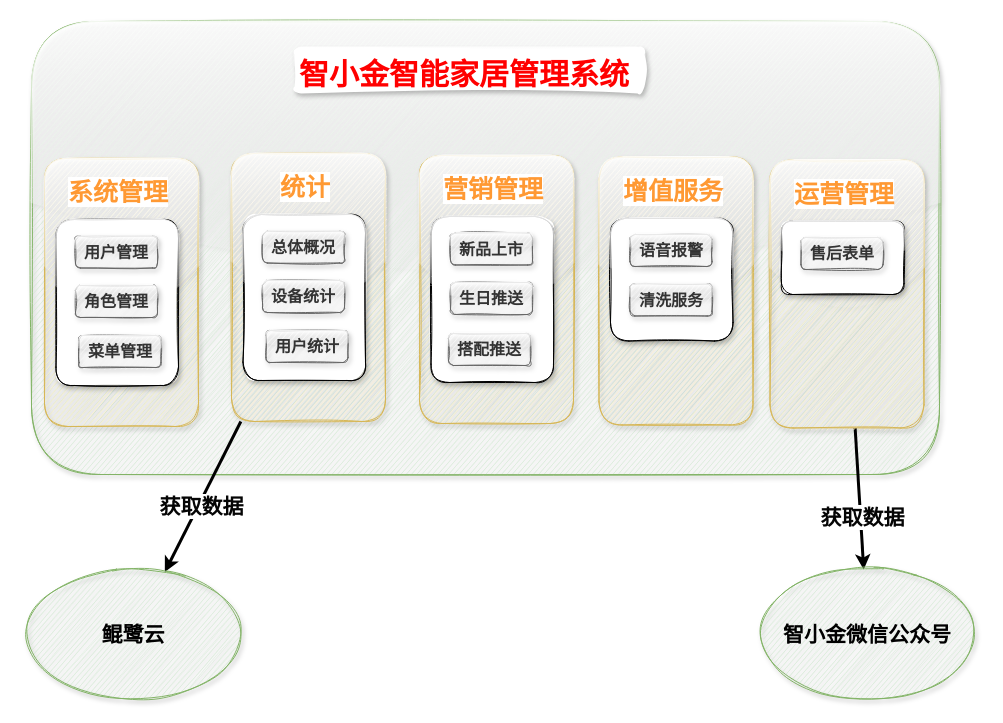
Earlier version of the draw.io diagram zxj-saas.drawio (jimmy0/chart). Source tidied: cells renumbered, new cells numbered last; positions are measured from the earlier drawing's top-left corner, leaving out a move shared by most shapes. Both pictures are drawn from the tidied source at 100%, with x=0, y=0 at pixel (21, 21).
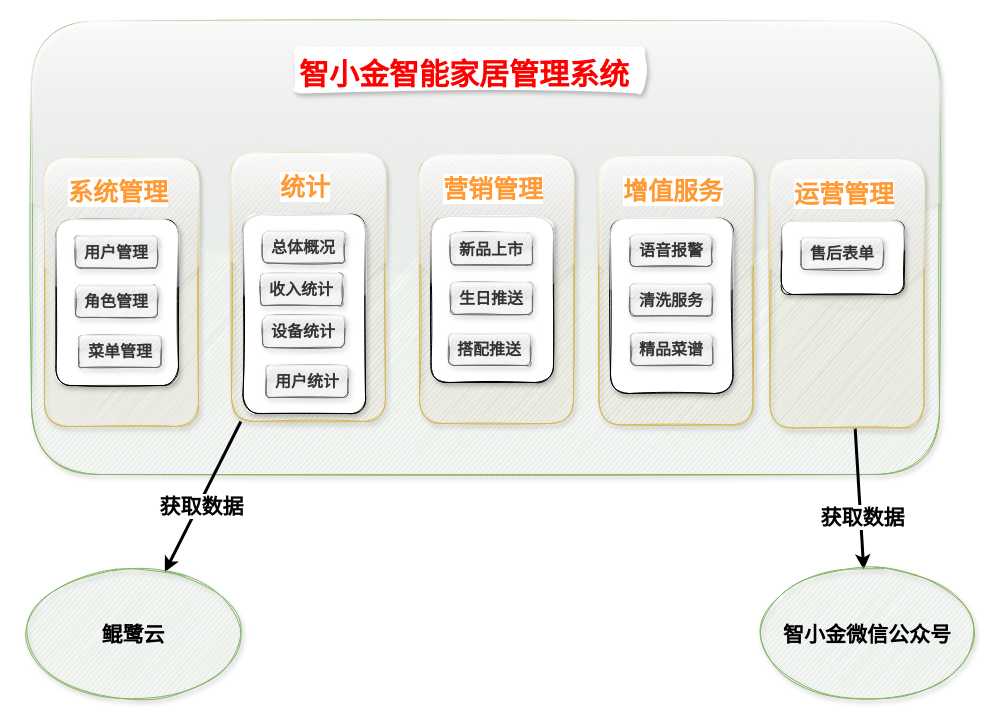
The same diagram, later.

The edit, as a diff of the source:
```diff
@@
     <mxCell id="11" style="rounded=1;whiteSpace=wrap;html=1;fontSize=20;sketch=1;shadow=1;glass=1;" parent="1" vertex="1">
-      <mxGeometry x="221.5" y="193" width="122.5" height="166" as="geometry" />
+      <mxGeometry x="221.5" y="193" width="122.5" height="199" as="geometry" />
     </mxCell>
@@
     <mxCell id="14" value="设备统计" style="rounded=1;whiteSpace=wrap;html=1;fontSize=16;fontStyle=1;fillColor=#f5f5f5;strokeColor=#666666;fontColor=#333333;glass=1;shadow=1;sketch=1;" parent="1" vertex="1">
-      <mxGeometry x="241" y="259" width="82" height="32" as="geometry" />
+      <mxGeometry x="241" y="294" width="82" height="32" as="geometry" />
     </mxCell>
     <mxCell id="15" value="用户统计" style="rounded=1;whiteSpace=wrap;html=1;fontSize=16;fontStyle=1;fillColor=#f5f5f5;strokeColor=#666666;fontColor=#333333;glass=1;shadow=1;sketch=1;" parent="1" vertex="1">
-      <mxGeometry x="244.5" y="309" width="82" height="32" as="geometry" />
+      <mxGeometry x="244.5" y="344" width="82" height="32" as="geometry" />
     </mxCell>
@@
     <mxCell id="25" style="rounded=1;whiteSpace=wrap;html=1;fontSize=20;sketch=1;shadow=1;glass=1;" parent="1" vertex="1">
-      <mxGeometry x="589" y="196.5" width="122.5" height="123" as="geometry" />
+      <mxGeometry x="589" y="196.5" width="122.5" height="175.5" as="geometry" />
     </mxCell>
@@
+    <mxCell id="37" value="收入统计" style="rounded=1;whiteSpace=wrap;html=1;fontSize=16;fontStyle=1;fillColor=#f5f5f5;strokeColor=#666666;fontColor=#333333;glass=1;shadow=1;sketch=1;" parent="1" vertex="1">
+      <mxGeometry x="239" y="252" width="82" height="32" as="geometry" />
+    </mxCell>
+    <mxCell id="38" value="精品菜谱" style="rounded=1;whiteSpace=wrap;html=1;fontSize=16;fontStyle=1;fillColor=#f5f5f5;strokeColor=#666666;fontColor=#333333;glass=1;shadow=1;sketch=1;" parent="1" vertex="1">
+      <mxGeometry x="609.2" y="312" width="82" height="32" as="geometry" />
+    </mxCell>
```
